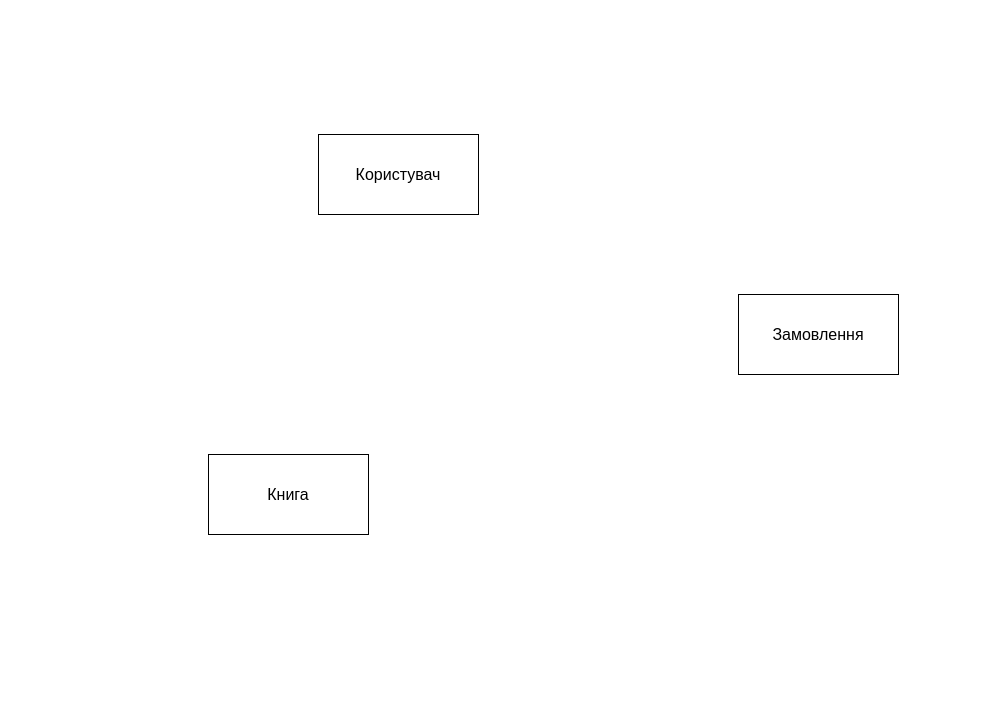
This is Інфологічне проектування "Книжкового магазину".drawio from AnnaLiulkova/DB-Book_Store, a draw.io file, before an edit. Source tidied: cells renumbered, new cells numbered last; positions are measured from the earlier drawing's top-left corner, leaving out a move shared by most shapes. Both pictures are drawn from the tidied source at 100%, with x=0, y=0 at pixel (208, 134).
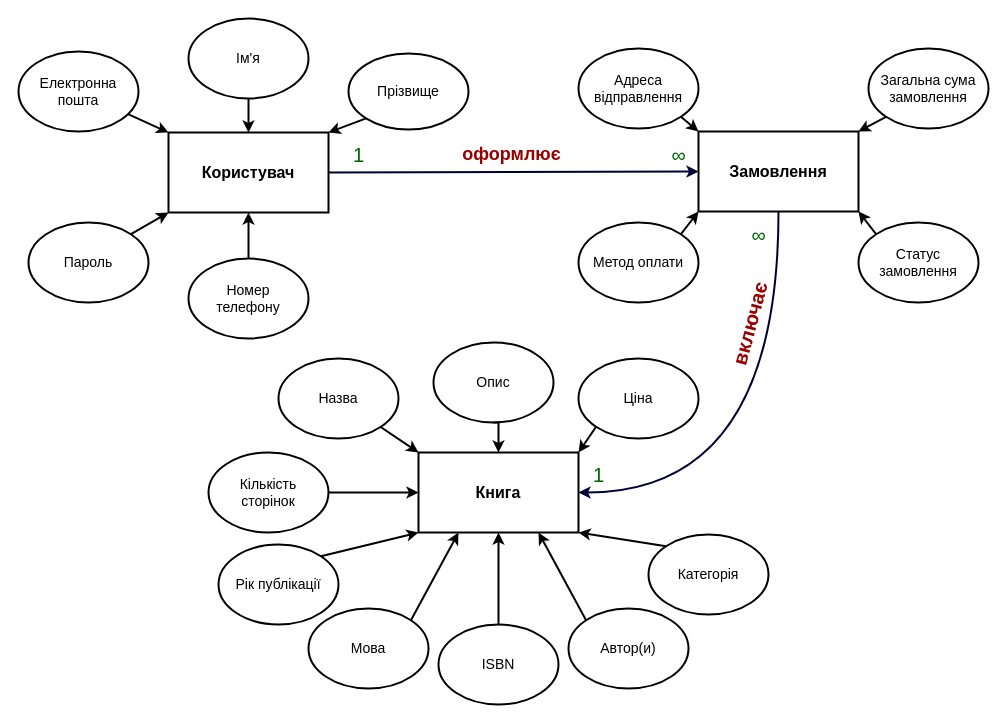
The same page after the edit.

What changed in the source:
```diff
@@
+    <mxCell id="4" value="&lt;font style=&quot;font-size: 16px;&quot;&gt;&lt;b&gt;Замовлення&lt;/b&gt;&lt;/font&gt;" style="rounded=0;whiteSpace=wrap;html=1;fillColor=none;strokeWidth=2;" parent="1" vertex="1">
+      <mxGeometry x="490" y="-3" width="160" height="80" as="geometry" />
+    </mxCell>
+    <mxCell id="5" value="&lt;font style=&quot;font-size: 14px;&quot;&gt;Адреса відправлення&lt;/font&gt;" style="ellipse;whiteSpace=wrap;html=1;fillColor=none;strokeWidth=2;" parent="1" vertex="1">
+      <mxGeometry x="370" y="-86" width="120" height="80" as="geometry" />
+    </mxCell>
+    <mxCell id="6" value="&lt;font style=&quot;font-size: 14px;&quot;&gt;Загальна сума замовлення&lt;/font&gt;" style="ellipse;whiteSpace=wrap;html=1;fillColor=none;strokeWidth=2;" parent="1" vertex="1">
+      <mxGeometry x="660" y="-86" width="120" height="80" as="geometry" />
+    </mxCell>
+    <mxCell id="7" value="&lt;font style=&quot;font-size: 14px;&quot;&gt;Статус замовлення&lt;/font&gt;" style="ellipse;whiteSpace=wrap;html=1;fillColor=none;strokeWidth=2;" parent="1" vertex="1">
+      <mxGeometry x="650" y="88" width="120" height="80" as="geometry" />
+    </mxCell>
+    <mxCell id="8" value="&lt;font style=&quot;font-size: 14px;&quot;&gt;Метод оплати&lt;/font&gt;" style="ellipse;whiteSpace=wrap;html=1;fillColor=none;strokeWidth=2;" parent="1" vertex="1">
+      <mxGeometry x="370" y="88" width="120" height="80" as="geometry" />
+    </mxCell>
+    <mxCell id="9" style="endArrow=classic;html=1;rounded=0;exitX=1;exitY=1;exitDx=0;exitDy=0;entryX=0;entryY=0;entryDx=0;entryDy=0;strokeWidth=2;" parent="1" edge="1" source="5" target="4">
+      <mxGeometry relative="1" as="geometry" />
+    </mxCell>
+    <mxCell id="10" style="endArrow=classic;html=1;rounded=0;exitX=1;exitY=0;exitDx=0;exitDy=0;entryX=0;entryY=1;entryDx=0;entryDy=0;strokeWidth=2;" parent="1" edge="1" source="8" target="4">
+      <mxGeometry relative="1" as="geometry" />
+    </mxCell>
+    <mxCell id="11" style="endArrow=classic;html=1;rounded=0;exitX=0;exitY=0;exitDx=0;exitDy=0;entryX=1;entryY=1;entryDx=0;entryDy=0;strokeWidth=2;" parent="1" edge="1" source="7" target="4">
+      <mxGeometry relative="1" as="geometry" />
+    </mxCell>
+    <mxCell id="12" style="endArrow=classic;html=1;rounded=0;exitX=0;exitY=1;exitDx=0;exitDy=0;entryX=1;entryY=0;entryDx=0;entryDy=0;strokeWidth=2;" parent="1" edge="1" source="6" target="4">
+      <mxGeometry relative="1" as="geometry" />
+    </mxCell>
-    <mxCell id="2" value="&lt;font style=&quot;font-size: 16px;&quot;&gt;Користувач&lt;/font&gt;" style="rounded=0;whiteSpace=wrap;html=1;fillColor=none;" parent="1" vertex="1">
-      <mxGeometry x="110" width="160" height="80" as="geometry" />
+    <mxCell id="2" value="&lt;font style=&quot;font-size: 16px;&quot;&gt;&lt;b&gt;Користувач&lt;/b&gt;&lt;/font&gt;" style="rounded=0;whiteSpace=wrap;html=1;fillColor=none;strokeWidth=2;" parent="1" vertex="1">
+      <mxGeometry x="-40" y="-2" width="160" height="80" as="geometry" />
     </mxCell>
+    <mxCell id="13" value="&lt;font style=&quot;font-size: 14px;&quot;&gt;Електронна&lt;br&gt;пошта&lt;/font&gt;" style="ellipse;whiteSpace=wrap;html=1;fillColor=none;strokeWidth=2;" parent="1" vertex="1">
+      <mxGeometry x="-190" y="-83" width="120" height="80" as="geometry" />
+    </mxCell>
+    <mxCell id="14" value="&lt;font style=&quot;font-size: 14px;&quot;&gt;Ім'я&lt;/font&gt;" style="ellipse;whiteSpace=wrap;html=1;fillColor=none;strokeWidth=2;" parent="1" vertex="1">
+      <mxGeometry x="-20" y="-116" width="120" height="80" as="geometry" />
+    </mxCell>
+    <mxCell id="15" value="&lt;font style=&quot;font-size: 14px;&quot;&gt;Прізвище&lt;/font&gt;" style="ellipse;whiteSpace=wrap;html=1;fillColor=none;strokeWidth=2;" parent="1" vertex="1">
+      <mxGeometry x="140" y="-81" width="120" height="76" as="geometry" />
+    </mxCell>
+    <mxCell id="16" value="&lt;font style=&quot;font-size: 14px;&quot;&gt;Пароль&lt;/font&gt;" style="ellipse;whiteSpace=wrap;html=1;fillColor=none;strokeWidth=2;" parent="1" vertex="1">
+      <mxGeometry x="-180" y="88" width="120" height="80" as="geometry" />
+    </mxCell>
+    <mxCell id="17" style="endArrow=classic;html=1;rounded=0;entryX=0;entryY=0;entryDx=0;entryDy=0;strokeWidth=2;" parent="1" edge="1" source="13" target="2">
+      <mxGeometry relative="1" as="geometry" />
+    </mxCell>
+    <mxCell id="18" style="endArrow=classic;html=1;rounded=0;exitX=1;exitY=0;exitDx=0;exitDy=0;entryX=0;entryY=1;entryDx=0;entryDy=0;strokeWidth=2;" parent="1" edge="1" source="16" target="2">
+      <mxGeometry relative="1" as="geometry" />
+    </mxCell>
+    <mxCell id="19" style="endArrow=classic;html=1;rounded=0;exitX=0;exitY=1;exitDx=0;exitDy=0;strokeWidth=2;entryX=1;entryY=0;entryDx=0;entryDy=0;" parent="1" edge="1" source="15" target="2">
+      <mxGeometry relative="1" as="geometry" />
+    </mxCell>
+    <mxCell id="20" style="endArrow=classic;html=1;rounded=0;exitX=0.5;exitY=1;exitDx=0;exitDy=0;entryX=0.5;entryY=0;entryDx=0;entryDy=0;strokeWidth=2;" parent="1" edge="1" source="14" target="2">
+      <mxGeometry relative="1" as="geometry" />
+    </mxCell>
+    <mxCell id="21" value="&lt;font style=&quot;font-size: 14px;&quot;&gt;Номер &lt;br&gt;телефону&lt;/font&gt;" style="ellipse;whiteSpace=wrap;html=1;fillColor=none;strokeWidth=2;" parent="1" vertex="1">
+      <mxGeometry x="-20" y="124" width="120" height="80" as="geometry" />
+    </mxCell>
+    <mxCell id="22" style="endArrow=classic;html=1;rounded=0;exitX=0.5;exitY=0;exitDx=0;exitDy=0;entryX=0.5;entryY=1;entryDx=0;entryDy=0;strokeWidth=2;" parent="1" edge="1" source="21" target="2">
+      <mxGeometry relative="1" as="geometry" />
+    </mxCell>
-    <mxCell id="3" value="&lt;font style=&quot;font-size: 16px;&quot;&gt;Книга&lt;/font&gt;" style="rounded=0;whiteSpace=wrap;html=1;fillColor=none;" parent="1" vertex="1">
-      <mxGeometry y="320" width="160" height="80" as="geometry" />
+    <mxCell id="3" value="&lt;font style=&quot;font-size: 16px;&quot;&gt;&lt;b&gt;Книга&lt;/b&gt;&lt;/font&gt;" style="rounded=0;whiteSpace=wrap;html=1;fillColor=none;strokeWidth=2;" parent="1" vertex="1">
+      <mxGeometry x="210" y="318" width="160" height="80" as="geometry" />
     </mxCell>
-    <mxCell id="4" value="&lt;font style=&quot;font-size: 16px;&quot;&gt;Замовлення&lt;/font&gt;" style="rounded=0;whiteSpace=wrap;html=1;fillColor=none;" parent="1" vertex="1">
-      <mxGeometry x="530" y="160" width="160" height="80" as="geometry" />
-    </mxCell>
+    <mxCell id="23" value="&lt;span style=&quot;font-size: 14px;&quot;&gt;Назва&lt;/span&gt;" style="ellipse;whiteSpace=wrap;html=1;fillColor=none;strokeWidth=2;" parent="1" vertex="1">
+      <mxGeometry x="70" y="224" width="120" height="80" as="geometry" />
+    </mxCell>
+    <mxCell id="24" value="&lt;font style=&quot;font-size: 14px;&quot;&gt;Ціна&lt;/font&gt;" style="ellipse;whiteSpace=wrap;html=1;fillColor=none;strokeWidth=2;" parent="1" vertex="1">
+      <mxGeometry x="370" y="224" width="120" height="80" as="geometry" />
+    </mxCell>
+    <mxCell id="25" value="&lt;font style=&quot;font-size: 14px;&quot;&gt;Автор(и)&lt;/font&gt;" style="ellipse;whiteSpace=wrap;html=1;fillColor=none;strokeWidth=2;" parent="1" vertex="1">
+      <mxGeometry x="360" y="474" width="120" height="80" as="geometry" />
+    </mxCell>
+    <mxCell id="26" value="&lt;font style=&quot;font-size: 14px;&quot;&gt;Рік публікації&lt;/font&gt;" style="ellipse;whiteSpace=wrap;html=1;fillColor=none;strokeWidth=2;" parent="1" vertex="1">
+      <mxGeometry x="10" y="410" width="120" height="80" as="geometry" />
+    </mxCell>
+    <mxCell id="27" style="endArrow=classic;html=1;rounded=0;entryX=0;entryY=0;entryDx=0;entryDy=0;strokeWidth=2;" parent="1" edge="1" source="23" target="3">
+      <mxGeometry relative="1" as="geometry" />
+    </mxCell>
+    <mxCell id="28" style="endArrow=classic;html=1;rounded=0;exitX=1;exitY=0;exitDx=0;exitDy=0;entryX=0;entryY=1;entryDx=0;entryDy=0;strokeWidth=2;" parent="1" edge="1" source="26" target="3">
+      <mxGeometry relative="1" as="geometry" />
+    </mxCell>
+    <mxCell id="29" style="endArrow=classic;html=1;rounded=0;exitX=0;exitY=0;exitDx=0;exitDy=0;entryX=0.75;entryY=1;entryDx=0;entryDy=0;strokeWidth=2;" parent="1" edge="1" source="25" target="3">
+      <mxGeometry relative="1" as="geometry" />
+    </mxCell>
+    <mxCell id="30" style="endArrow=classic;html=1;rounded=0;exitX=0;exitY=1;exitDx=0;exitDy=0;entryX=1;entryY=0;entryDx=0;entryDy=0;strokeWidth=2;" parent="1" edge="1" source="24" target="3">
+      <mxGeometry relative="1" as="geometry" />
+    </mxCell>
+    <mxCell id="31" value="&lt;span style=&quot;font-size: 14px;&quot;&gt;Мова&lt;/span&gt;" style="ellipse;whiteSpace=wrap;html=1;fillColor=none;strokeWidth=2;" parent="1" vertex="1">
+      <mxGeometry x="100" y="474" width="120" height="80" as="geometry" />
+    </mxCell>
+    <mxCell id="32" style="endArrow=classic;html=1;rounded=0;exitX=1;exitY=0;exitDx=0;exitDy=0;entryX=0.25;entryY=1;entryDx=0;entryDy=0;strokeWidth=2;" parent="1" edge="1" source="31" target="3">
+      <mxGeometry relative="1" as="geometry" />
+    </mxCell>
+    <mxCell id="33" style="edgeStyle=orthogonalEdgeStyle;rounded=0;jettySize=auto;html=1;exitX=0.5;exitY=1;exitDx=0;exitDy=0;entryX=0.5;entryY=0;entryDx=0;entryDy=0;strokeWidth=2;" parent="1" edge="1" source="34" target="3">
+      <mxGeometry relative="1" as="geometry" />
+    </mxCell>
+    <mxCell id="34" value="&lt;font style=&quot;font-size: 14px;&quot;&gt;Опис&lt;/font&gt;" style="ellipse;whiteSpace=wrap;html=1;fillColor=none;strokeWidth=2;" parent="1" vertex="1">
+      <mxGeometry x="225" y="208" width="120" height="80" as="geometry" />
+    </mxCell>
+    <mxCell id="35" style="edgeStyle=orthogonalEdgeStyle;rounded=0;jettySize=auto;html=1;exitX=1;exitY=0.5;exitDx=0;exitDy=0;entryX=0;entryY=0.5;entryDx=0;entryDy=0;strokeWidth=2;" parent="1" edge="1" source="36" target="3">
+      <mxGeometry relative="1" as="geometry" />
+    </mxCell>
+    <mxCell id="36" value="&lt;font style=&quot;font-size: 14px;&quot;&gt;Кількість &lt;br&gt;сторінок&lt;/font&gt;" style="ellipse;whiteSpace=wrap;html=1;fillColor=none;strokeWidth=2;" parent="1" vertex="1">
+      <mxGeometry y="318" width="120" height="80" as="geometry" />
+    </mxCell>
+    <mxCell id="37" value="&lt;font style=&quot;font-size: 14px;&quot;&gt;Категорія&lt;/font&gt;" style="ellipse;whiteSpace=wrap;html=1;fillColor=none;strokeWidth=2;" parent="1" vertex="1">
+      <mxGeometry x="440" y="400" width="120" height="80" as="geometry" />
+    </mxCell>
+    <mxCell id="38" value="&lt;font style=&quot;font-size: 14px;&quot;&gt;ISBN&lt;/font&gt;" style="ellipse;whiteSpace=wrap;html=1;fillColor=none;strokeWidth=2;" parent="1" vertex="1">
+      <mxGeometry x="230" y="490" width="120" height="80" as="geometry" />
+    </mxCell>
+    <mxCell id="39" style="endArrow=classic;html=1;rounded=0;exitX=0.5;exitY=0;exitDx=0;exitDy=0;strokeWidth=2;entryX=0.5;entryY=1;entryDx=0;entryDy=0;" parent="1" edge="1" source="38" target="3">
+      <mxGeometry relative="1" as="geometry" />
+    </mxCell>
+    <mxCell id="40" style="endArrow=classic;html=1;rounded=0;exitX=1;exitY=0.5;exitDx=0;exitDy=0;entryX=0;entryY=0.5;entryDx=0;entryDy=0;strokeWidth=2;strokeColor=#000033;" parent="1" edge="1" source="2" target="4">
+      <mxGeometry relative="1" as="geometry" />
+    </mxCell>
+    <mxCell id="41" value="&lt;font style=&quot;font-size: 18px;&quot;&gt;&lt;b style=&quot;&quot;&gt;оформлює&lt;/b&gt;&lt;/font&gt;" style="edgeLabel;html=1;align=center;verticalAlign=middle;fontColor=#990000;" parent="40" vertex="1">
+      <mxGeometry x="-0.01" y="1" relative="1" as="geometry">
+        <mxPoint y="-17" as="offset" />
+      </mxGeometry>
+    </mxCell>
+    <mxCell id="42" value="1" style="edgeLabel;html=1;align=center;verticalAlign=middle;fontSize=20;fontColor=#006600;" parent="40" vertex="1">
+      <mxGeometry x="-0.87" y="2" relative="1" as="geometry">
+        <mxPoint x="6" y="-16" as="offset" />
+      </mxGeometry>
+    </mxCell>
+    <mxCell id="43" value="∞" style="edgeLabel;html=1;align=center;verticalAlign=middle;fontSize=20;fontColor=#006600;" parent="40" vertex="1">
+      <mxGeometry x="-0.87" y="2" relative="1" as="geometry">
+        <mxPoint x="406" y="64" as="offset" />
+      </mxGeometry>
+    </mxCell>
+    <mxCell id="44" value="∞" style="edgeLabel;html=1;align=center;verticalAlign=middle;fontSize=20;fontColor=#006600;" parent="40" vertex="1">
+      <mxGeometry x="-0.87" y="2" relative="1" as="geometry">
+        <mxPoint x="326" y="-16" as="offset" />
+      </mxGeometry>
+    </mxCell>
+    <mxCell id="45" value="1" style="edgeLabel;html=1;align=center;verticalAlign=middle;fontSize=20;fontColor=#006600;" parent="40" vertex="1">
+      <mxGeometry x="-0.87" y="2" relative="1" as="geometry">
+        <mxPoint x="246" y="304" as="offset" />
+      </mxGeometry>
+    </mxCell>
+    <mxCell id="46" style="endArrow=classic;html=1;rounded=0;exitX=0;exitY=0;exitDx=0;exitDy=0;entryX=1;entryY=1;entryDx=0;entryDy=0;strokeWidth=2;" parent="1" edge="1" source="37" target="3">
+      <mxGeometry relative="1" as="geometry" />
+    </mxCell>
+    <mxCell id="47" style="endArrow=classic;html=1;rounded=0;entryX=1;entryY=0.5;entryDx=0;entryDy=0;edgeStyle=orthogonalEdgeStyle;curved=1;strokeWidth=2;strokeColor=#000033;exitX=0.5;exitY=1;exitDx=0;exitDy=0;" parent="1" edge="1" source="4" target="3">
+      <mxGeometry relative="1" as="geometry" />
+    </mxCell>
+    <mxCell id="48" value="&lt;font style=&quot;font-size: 20px;&quot;&gt;&lt;b style=&quot;&quot;&gt;включає&lt;/b&gt;&lt;/font&gt;" style="edgeLabel;html=1;align=center;verticalAlign=middle;fontColor=#990000;rotation=-75;" parent="1" vertex="1">
+      <mxGeometry x="540" y="190" as="geometry" />
+    </mxCell>
```
